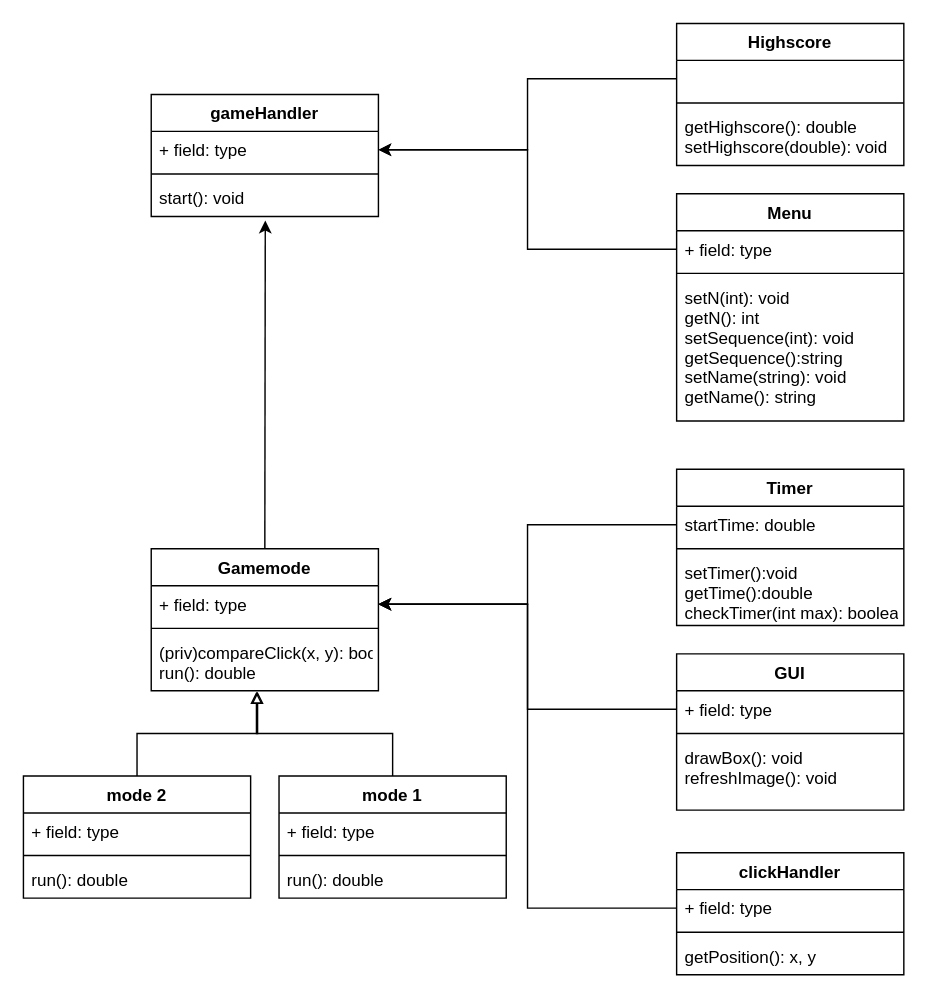
The draw.io diagram Klassendiagramm.drawio in CR0454/reaction_game, before the edit. Source tidied: cells renumbered, new cells numbered last; positions are measured from the earlier drawing's top-left corner, leaving out a move shared by most shapes. Both pictures are drawn from the tidied source at 142%, with x=0, y=0 at pixel (23, 23).
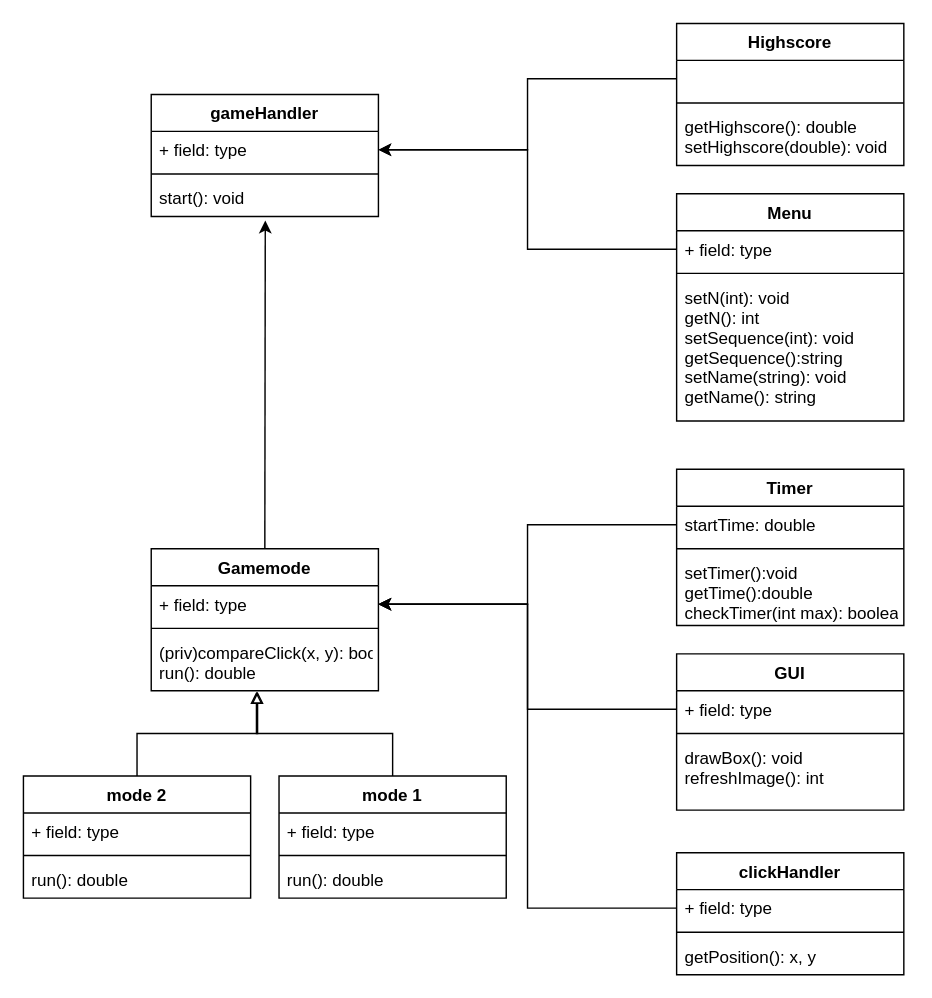
The same page after the edit.

The change refers to these unchanged cells:
```xml
<mxCell id="10" value="GUI" style="swimlane;fontStyle=1;align=center;verticalAlign=top;horizontal=1;startSize=26;" parent="1" vertex="1">
  <mxGeometry x="460" y="444" width="160" height="110" as="geometry" />
</mxCell>
```

The edit, as a diff of the source:
```diff
@@
-    <mxCell id="13" value="drawBox(): void&#10;refreshImage(): void" style="text;strokeColor=none;fillColor=none;align=left;verticalAlign=top;spacingLeft=4;spacingRight=4;overflow=hidden;" parent="10" vertex="1">
+    <mxCell id="13" value="drawBox(): void&#10;refreshImage(): int" style="text;strokeColor=none;fillColor=none;align=left;verticalAlign=top;spacingLeft=4;spacingRight=4;overflow=hidden;" parent="10" vertex="1">
       <mxGeometry y="60" width="160" height="50" as="geometry" />
     </mxCell>
```
